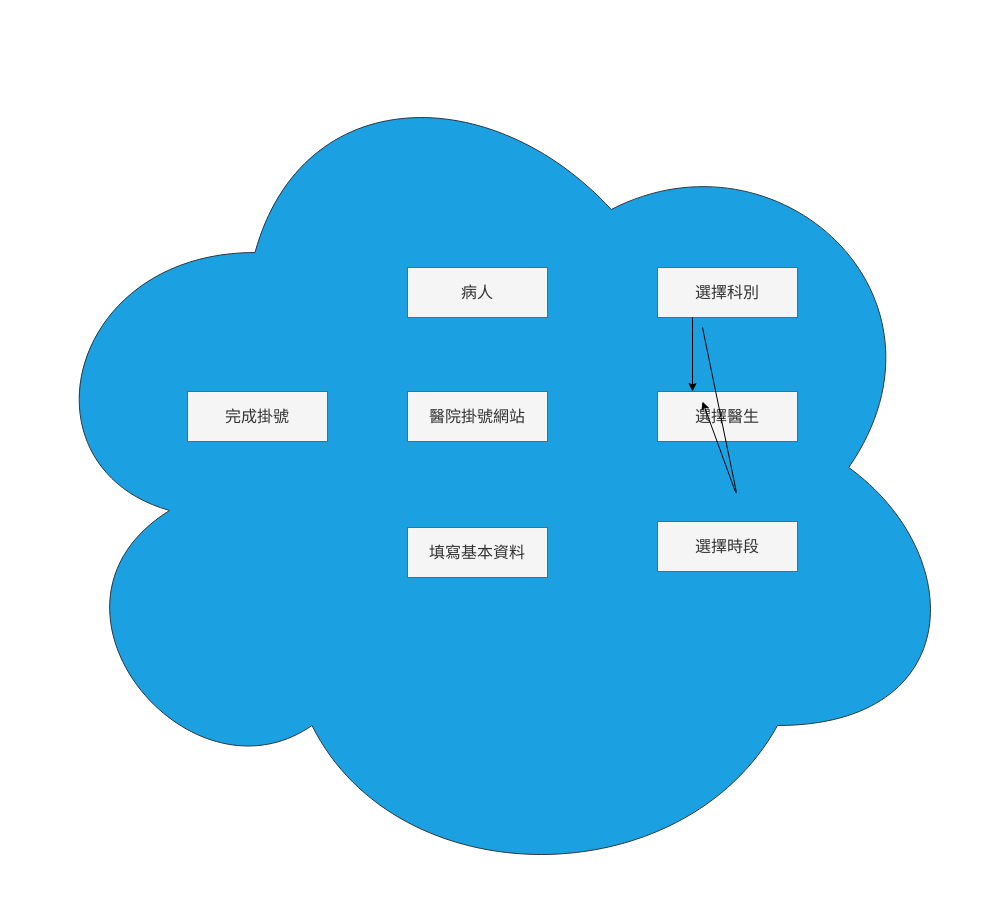
This is answer1.drawio from jeffwei0/112-2HW2, a draw.io file, before an edit. Source tidied: cells renumbered, new cells numbered last; positions are measured from the earlier drawing's top-left corner, leaving out a move shared by most shapes. Both pictures are drawn from the tidied source at 100%, with x=0, y=0 at pixel (17, 37).
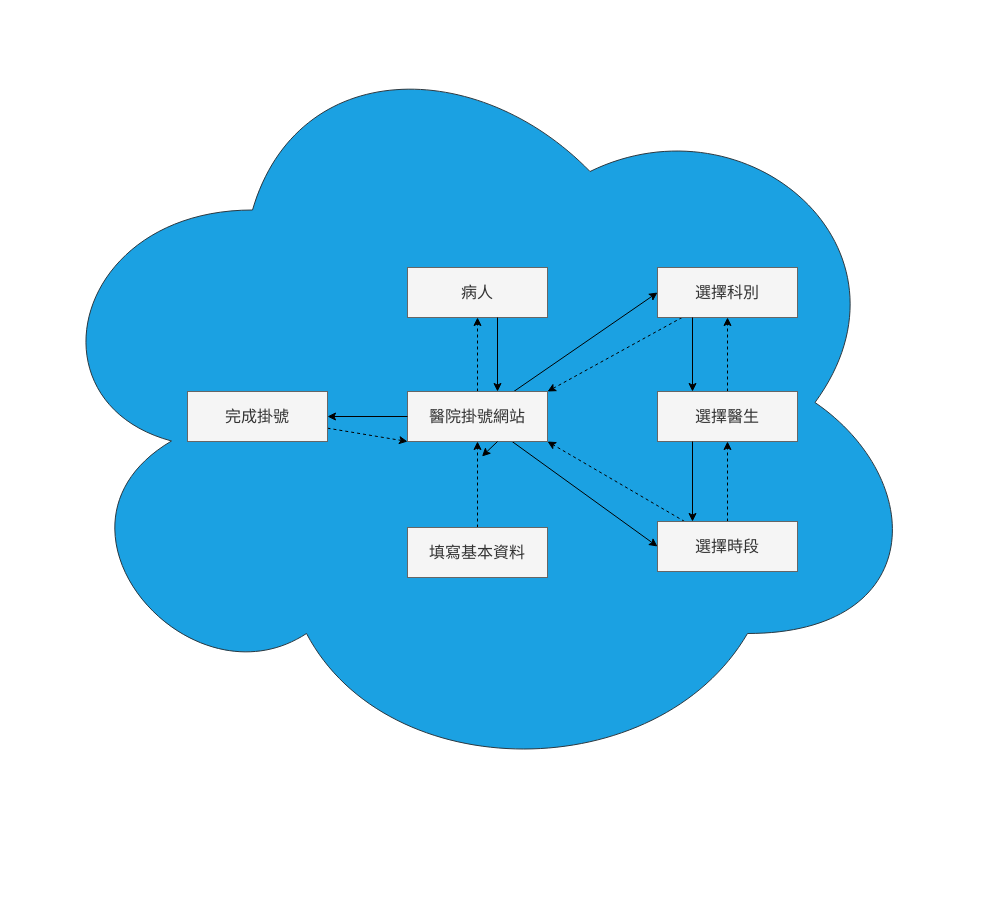
The same page after the edit.

Unchanged cells that the change refers to:
```xml
<mxCell id="3" value="&lt;font style=&quot;font-size: 16px;&quot;&gt;醫院掛號網站&lt;/font&gt;" style="rounded=0;whiteSpace=wrap;html=1;fillColor=#f5f5f5;fontColor=#333333;strokeColor=#666666;" parent="1" vertex="1">
  <mxGeometry x="390" y="354" width="140" height="50" as="geometry" />
</mxCell>
<mxCell id="4" value="&lt;font style=&quot;font-size: 16px;&quot;&gt;選擇科別&lt;/font&gt;" style="rounded=0;whiteSpace=wrap;html=1;fillColor=#f5f5f5;fontColor=#333333;strokeColor=#666666;" parent="1" vertex="1">
  <mxGeometry x="640" y="230" width="140" height="50" as="geometry" />
</mxCell>
<mxCell id="5" value="&lt;font style=&quot;font-size: 16px;&quot;&gt;完成掛號&lt;/font&gt;" style="rounded=0;whiteSpace=wrap;html=1;fillColor=#f5f5f5;fontColor=#333333;strokeColor=#666666;" parent="1" vertex="1">
  <mxGeometry x="170" y="354" width="140" height="50" as="geometry" />
</mxCell>
<mxCell id="6" value="&lt;span style=&quot;font-size: 16px;&quot;&gt;填寫基本資料&lt;/span&gt;" style="rounded=0;whiteSpace=wrap;html=1;fillColor=#f5f5f5;fontColor=#333333;strokeColor=#666666;" parent="1" vertex="1">
  <mxGeometry x="390" y="490" width="140" height="50" as="geometry" />
</mxCell>
<mxCell id="7" value="&lt;span style=&quot;font-size: 16px;&quot;&gt;選擇時段&lt;/span&gt;" style="rounded=0;whiteSpace=wrap;html=1;fillColor=#f5f5f5;fontColor=#333333;strokeColor=#666666;" parent="1" vertex="1">
  <mxGeometry x="640" y="484" width="140" height="50" as="geometry" />
</mxCell>
<mxCell id="8" value="&lt;font style=&quot;font-size: 16px;&quot;&gt;選擇醫生&lt;/font&gt;" style="rounded=0;whiteSpace=wrap;html=1;fillColor=#f5f5f5;fontColor=#333333;strokeColor=#666666;" parent="1" vertex="1">
  <mxGeometry x="640" y="354" width="140" height="50" as="geometry" />
</mxCell>
<mxCell id="9" value="&lt;font style=&quot;font-size: 16px;&quot;&gt;病人&lt;/font&gt;" style="rounded=0;whiteSpace=wrap;html=1;fillColor=#f5f5f5;fontColor=#333333;strokeColor=#666666;" parent="1" vertex="1">
  <mxGeometry x="390" y="230" width="140" height="50" as="geometry" />
</mxCell>
```

What changed in the source:
```diff
@@
     <mxCell id="2" style="ellipse;shape=cloud;whiteSpace=wrap;html=1;fillColor=#1ba1e2;fontColor=#ffffff;strokeColor=#2b3840;" parent="1" vertex="1">
-      <mxGeometry width="950" height="860" as="geometry" />
+      <mxGeometry x="10" y="-20" width="900" height="770" as="geometry" />
     </mxCell>
+    <mxCell id="12" style="edgeStyle=none;html=1;fontSize=16;entryX=0;entryY=0.5;entryDx=0;entryDy=0;" parent="1" edge="1" source="3" target="4">
+      <mxGeometry relative="1" as="geometry" />
+    </mxCell>
+    <mxCell id="13" style="edgeStyle=none;html=1;entryX=0;entryY=0.5;entryDx=0;entryDy=0;fontSize=16;" parent="1" edge="1" source="3" target="7">
+      <mxGeometry relative="1" as="geometry" />
+    </mxCell>
+    <mxCell id="14" style="edgeStyle=none;html=1;entryX=0.5;entryY=1;entryDx=0;entryDy=0;dashed=1;fontSize=16;" parent="1" edge="1" source="3" target="9">
+      <mxGeometry relative="1" as="geometry" />
+    </mxCell>
@@
+    <mxCell id="15" style="edgeStyle=none;html=1;entryX=1;entryY=0;entryDx=0;entryDy=0;dashed=1;fontSize=16;" parent="1" edge="1" source="4" target="3">
+      <mxGeometry relative="1" as="geometry" />
+    </mxCell>
@@
+    <mxCell id="16" style="edgeStyle=none;html=1;entryX=0;entryY=1;entryDx=0;entryDy=0;fontSize=16;dashed=1;" parent="1" edge="1" source="5" target="3">
+      <mxGeometry relative="1" as="geometry" />
+    </mxCell>
@@
+    <mxCell id="17" style="edgeStyle=none;html=1;entryX=0.5;entryY=1;entryDx=0;entryDy=0;dashed=1;fontSize=16;" parent="1" edge="1" source="6" target="3">
+      <mxGeometry relative="1" as="geometry" />
+    </mxCell>
@@
+    <mxCell id="18" style="edgeStyle=none;html=1;entryX=0.5;entryY=1;entryDx=0;entryDy=0;dashed=1;fontSize=16;" parent="1" edge="1" source="7" target="8">
+      <mxGeometry relative="1" as="geometry" />
+    </mxCell>
+    <mxCell id="19" style="edgeStyle=none;html=1;entryX=1;entryY=1;entryDx=0;entryDy=0;dashed=1;fontSize=16;" parent="1" edge="1" source="7" target="3">
+      <mxGeometry relative="1" as="geometry" />
+    </mxCell>
@@
+    <mxCell id="20" style="edgeStyle=none;html=1;entryX=0.5;entryY=1;entryDx=0;entryDy=0;dashed=1;fontSize=16;" parent="1" edge="1" source="8" target="4">
+      <mxGeometry relative="1" as="geometry" />
+    </mxCell>
@@
-    <mxCell id="11" style="endArrow=classic;html=1;fontSize=16;exitX=0.25;exitY=1;exitDx=0;exitDy=0;entryX=0.25;entryY=0;entryDx=0;entryDy=0;" parent="1" edge="1">
-      <mxGeometry relative="1" as="geometry">
-        <mxPoint x="685" y="290" as="sourcePoint" />
-        <mxPoint x="685" y="364" as="targetPoint" />
-        <Array as="points">
-          <mxPoint x="720" y="460" />
-        </Array>
-      </mxGeometry>
+    <mxCell id="11" style="endArrow=classic;html=1;fontSize=16;exitX=0.25;exitY=1;exitDx=0;exitDy=0;entryX=0.25;entryY=0;entryDx=0;entryDy=0;" parent="1" edge="1" source="8" target="7">
+      <mxGeometry relative="1" as="geometry" />
     </mxCell>
+    <mxCell id="21" style="endArrow=classic;html=1;fontSize=16;exitX=0.25;exitY=1;exitDx=0;exitDy=0;entryX=0.25;entryY=0;entryDx=0;entryDy=0;" parent="1" edge="1">
+      <mxGeometry relative="1" as="geometry">
+        <mxPoint x="480" y="280" as="sourcePoint" />
+        <mxPoint x="480" y="354" as="targetPoint" />
+      </mxGeometry>
+    </mxCell>
+    <mxCell id="22" style="endArrow=classic;html=1;fontSize=16;exitX=0.25;exitY=1;exitDx=0;exitDy=0;entryX=0.505;entryY=0.57;entryDx=0;entryDy=0;entryPerimeter=0;" parent="1" edge="1" target="2">
+      <mxGeometry relative="1" as="geometry">
+        <mxPoint x="480" y="404" as="sourcePoint" />
+      </mxGeometry>
+    </mxCell>
+    <mxCell id="23" style="endArrow=classic;html=1;fontSize=16;exitX=0;exitY=0.5;exitDx=0;exitDy=0;entryX=1;entryY=0.5;entryDx=0;entryDy=0;" parent="1" edge="1" source="3" target="5">
+      <mxGeometry relative="1" as="geometry" />
+    </mxCell>
```
